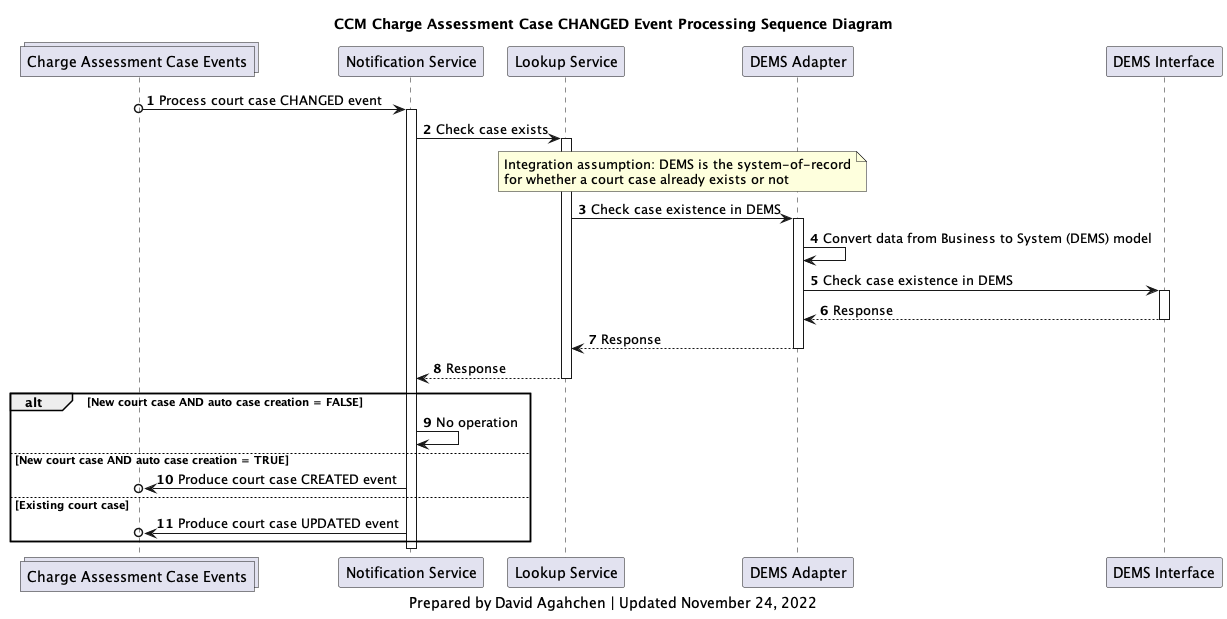
Before: diagrams/img/ccm_charge_assessment_case_changed_processing_sequence_diagram.png, a diagram exported from PlantUML (bcgov/jpss-jade-ccm).
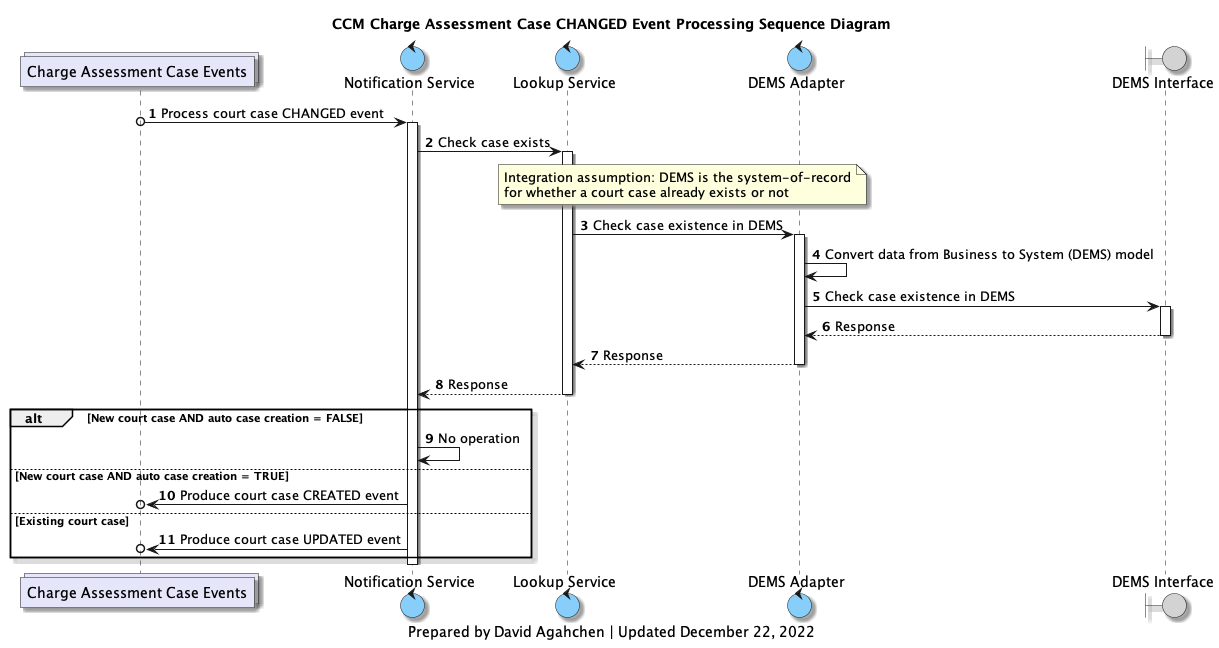
After the commit.

Change to the diagram source:
```diff
@@ -1,10 +1,16 @@
 @startuml
 
+skinparam Shadowing true
+skinparam CollectionsBackgroundColor Lavender
+skinparam ControlBackgroundColor LightSkyBlue
+skinparam BoundaryBackgroundColor LightGrey
+
+
 collections charge_assessment_cases_topic as "Charge Assessment Case Events"
-participant notification_service as "Notification Service"
-participant lookup_service as "Lookup Service"
-participant d_adapter as "DEMS Adapter"
-participant d_interface as "DEMS Interface"
+control notification_service as "Notification Service"
+control lookup_service as "Lookup Service"
+control d_adapter as "DEMS Adapter"
+boundary d_interface as "DEMS Interface"
 
 title
 CCM Charge Assessment Case CHANGED Event Processing Sequence Diagram
@@ -41,6 +47,6 @@
 deactivate notification_service
 
 caption
-Prepared by David Agahchen | Updated November 24, 2022
+Prepared by David Agahchen | Updated December 22, 2022
 end caption
 @enduml
```
